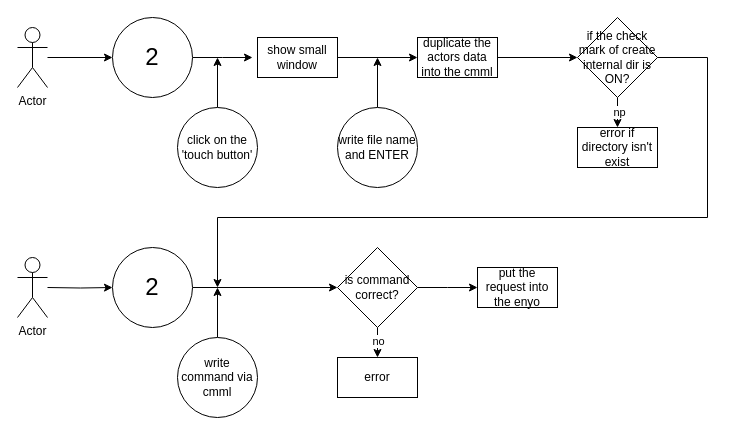
Above: page "touch" (3 of 6) of enyoM ui.drawio in embrace0feternity/blablabla (draw.io), before the change. Source tidied: cells renumbered, new cells numbered last; positions are measured from the earlier drawing's top-left corner, leaving out a move shared by most shapes. Both pictures are drawn from the tidied source at 100%, with x=0, y=0 at pixel (17, 17).
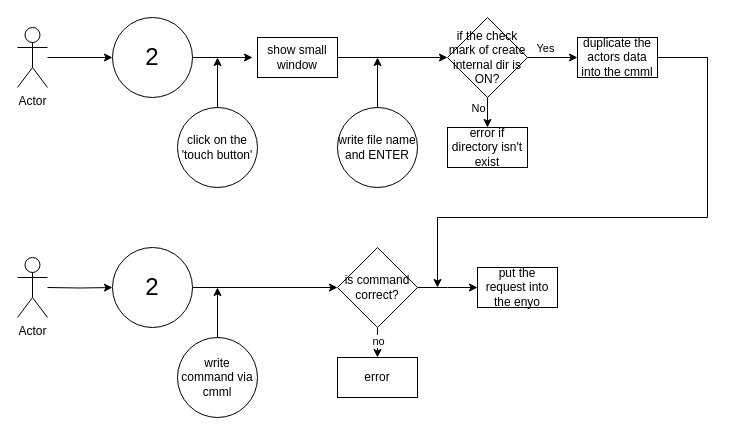
After the change.

The change refers to these unchanged cells:
```xml
<mxCell id="7" value="show small window" style="rounded=0;whiteSpace=wrap;html=1;" parent="1" vertex="1">
  <mxGeometry x="240" y="20" width="80" height="40" as="geometry" />
</mxCell>
<mxCell id="14" style="edgeStyle=orthogonalEdgeStyle;rounded=0;jettySize=auto;html=1;" parent="1" edge="1" source="16" target="17">
  <mxGeometry relative="1" as="geometry" />
</mxCell>
```

Change to the diagram source:
```diff
@@
-    <mxCell id="6" style="edgeStyle=orthogonalEdgeStyle;rounded=0;jettySize=auto;html=1;" parent="1" edge="1" source="7" target="11">
-      <mxGeometry relative="1" as="geometry" />
-    </mxCell>
+    <mxCell id="31" style="edgeStyle=orthogonalEdgeStyle;rounded=0;jettySize=auto;html=1;" parent="1" edge="1" source="7" target="16">
+      <mxGeometry relative="1" as="geometry" />
+    </mxCell>
@@
-    <mxCell id="10" style="edgeStyle=orthogonalEdgeStyle;rounded=0;jettySize=auto;html=1;" parent="1" edge="1" source="11" target="16">
-      <mxGeometry relative="1" as="geometry" />
-    </mxCell>
     <mxCell id="11" value="duplicate the actors data into the cmml" style="rounded=0;whiteSpace=wrap;html=1;" parent="1" vertex="1">
-      <mxGeometry x="400" y="20" width="80" height="40" as="geometry" />
+      <mxGeometry x="560" y="20" width="80" height="40" as="geometry" />
     </mxCell>
@@
-    <mxCell id="15" value="np" style="edgeLabel;html=1;align=center;verticalAlign=middle;" parent="14" vertex="1">
-      <mxGeometry x="0.05" y="-1" relative="1" as="geometry" />
-    </mxCell>
+    <mxCell id="32" value="No" style="edgeLabel;html=1;align=center;verticalAlign=middle;" parent="14" vertex="1">
+      <mxGeometry x="-0.63" y="-1" relative="1" as="geometry">
+        <mxPoint x="-9" y="1" as="offset" />
+      </mxGeometry>
+    </mxCell>
+    <mxCell id="33" style="edgeStyle=orthogonalEdgeStyle;rounded=0;jettySize=auto;html=1;" parent="1" edge="1" source="16" target="11">
+      <mxGeometry relative="1" as="geometry" />
+    </mxCell>
+    <mxCell id="34" value="Yes" style="edgeLabel;html=1;align=center;verticalAlign=middle;" parent="33" vertex="1">
+      <mxGeometry x="-0.31" y="-2" relative="1" as="geometry">
+        <mxPoint y="-12" as="offset" />
+      </mxGeometry>
+    </mxCell>
     <mxCell id="16" value="if the check mark of create internal dir is ON?" style="rhombus;whiteSpace=wrap;html=1;rounded=0;" parent="1" vertex="1">
-      <mxGeometry x="560" width="80" height="80" as="geometry" />
+      <mxGeometry x="430" width="80" height="80" as="geometry" />
     </mxCell>
     <mxCell id="17" value="error if directory isn't exist" style="rounded=0;whiteSpace=wrap;html=1;" parent="1" vertex="1">
-      <mxGeometry x="560" y="110" width="80" height="40" as="geometry" />
+      <mxGeometry x="430" y="110" width="80" height="40" as="geometry" />
     </mxCell>
@@
-    <mxCell id="24" style="endArrow=classic;html=1;rounded=0;exitX=1;exitY=0.5;exitDx=0;exitDy=0;" parent="1" edge="1" source="16">
+    <mxCell id="24" style="endArrow=classic;html=1;rounded=0;exitX=1;exitY=0.5;exitDx=0;exitDy=0;" parent="1" edge="1" source="11">
       <mxGeometry relative="1" as="geometry">
-        <mxPoint x="200" y="270" as="targetPoint" />
+        <mxPoint x="420" y="270" as="targetPoint" />
         <Array as="points">
           <mxPoint x="690" y="40" />
           <mxPoint x="690" y="200" />
-          <mxPoint x="200" y="200" />
+          <mxPoint x="420" y="200" />
         </Array>
       </mxGeometry>
     </mxCell>
```
